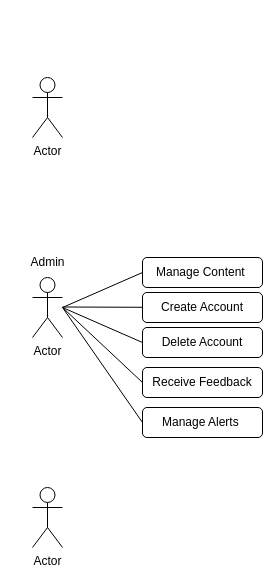
Earlier version of the draw.io diagram Use_Case_Diagram.drawio (JGomez8216/lab-agile-planning). Source tidied: cells renumbered, new cells numbered last; positions are measured from the earlier drawing's top-left corner, leaving out a move shared by most shapes. Both pictures are drawn from the tidied source at 100%, with x=0, y=0 at pixel (17, 77).
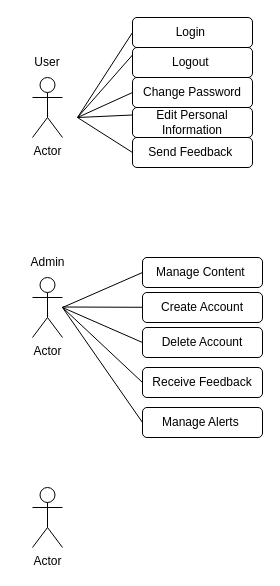
The same diagram, later.

What changed in the source:
```diff
@@
+    <mxCell id="16" value="User" style="text;html=1;align=center;verticalAlign=middle;whiteSpace=wrap;rounded=0;" parent="1" vertex="1">
+      <mxGeometry y="-30" width="60" height="30" as="geometry" />
+    </mxCell>
+    <mxCell id="17" style="endArrow=none;html=1;rounded=0;entryX=0;entryY=0.25;entryDx=0;entryDy=0;" parent="1" edge="1" target="24">
+      <mxGeometry relative="1" as="geometry">
+        <mxPoint x="60" y="40" as="sourcePoint" />
+      </mxGeometry>
+    </mxCell>
+    <mxCell id="18" style="endArrow=none;html=1;rounded=0;entryX=0;entryY=0.5;entryDx=0;entryDy=0;" parent="1" edge="1" target="21">
+      <mxGeometry relative="1" as="geometry">
+        <mxPoint x="60" y="40" as="sourcePoint" />
+      </mxGeometry>
+    </mxCell>
+    <mxCell id="19" style="endArrow=none;html=1;rounded=0;entryX=0;entryY=0.25;entryDx=0;entryDy=0;" parent="1" edge="1" target="23">
+      <mxGeometry relative="1" as="geometry">
+        <mxPoint x="60" y="40" as="sourcePoint" />
+      </mxGeometry>
+    </mxCell>
+    <mxCell id="20" style="endArrow=none;html=1;rounded=0;entryX=0;entryY=0.5;entryDx=0;entryDy=0;" parent="1" edge="1" target="22">
+      <mxGeometry relative="1" as="geometry">
+        <mxPoint x="60" y="40" as="sourcePoint" />
+      </mxGeometry>
+    </mxCell>
+    <mxCell id="21" value="Change Password" style="rounded=1;whiteSpace=wrap;html=1;" parent="1" vertex="1">
+      <mxGeometry x="115" width="120" height="30" as="geometry" />
+    </mxCell>
+    <mxCell id="22" value="Login&amp;nbsp;" style="rounded=1;whiteSpace=wrap;html=1;" parent="1" vertex="1">
+      <mxGeometry x="115" y="-60" width="120" height="30" as="geometry" />
+    </mxCell>
+    <mxCell id="23" value="Logout&amp;nbsp;" style="rounded=1;whiteSpace=wrap;html=1;" parent="1" vertex="1">
+      <mxGeometry x="115" y="-30" width="120" height="30" as="geometry" />
+    </mxCell>
+    <mxCell id="24" value="Edit Personal Information" style="rounded=1;whiteSpace=wrap;html=1;" parent="1" vertex="1">
+      <mxGeometry x="115" y="30" width="120" height="30" as="geometry" />
+    </mxCell>
+    <mxCell id="25" style="endArrow=none;html=1;rounded=0;entryX=0;entryY=0.5;entryDx=0;entryDy=0;" parent="1" edge="1" target="26">
+      <mxGeometry relative="1" as="geometry">
+        <mxPoint x="60" y="40" as="sourcePoint" />
+      </mxGeometry>
+    </mxCell>
+    <mxCell id="26" value="Send Feedback&amp;nbsp;" style="rounded=1;whiteSpace=wrap;html=1;" parent="1" vertex="1">
+      <mxGeometry x="115" y="60" width="120" height="30" as="geometry" />
+    </mxCell>
```
